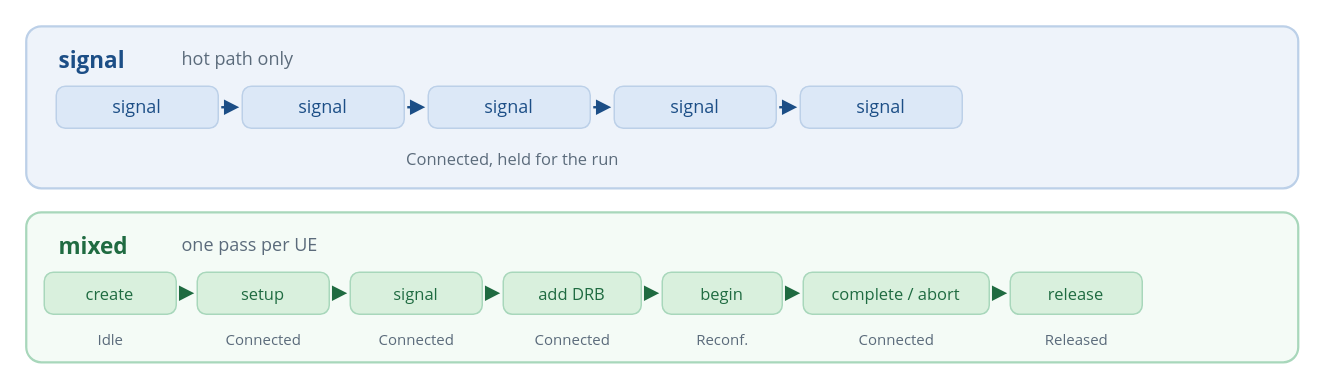
Above: diagrams/27_workload_timeline.drawio in VienThanh12/Master-Thesis (draw.io), before the change. Source tidied: cells renumbered, new cells numbered last; positions are measured from the earlier drawing's top-left corner, leaving out a move shared by most shapes. Both pictures are drawn from the tidied source at 150%, with x=0, y=0 at pixel (26, 26).
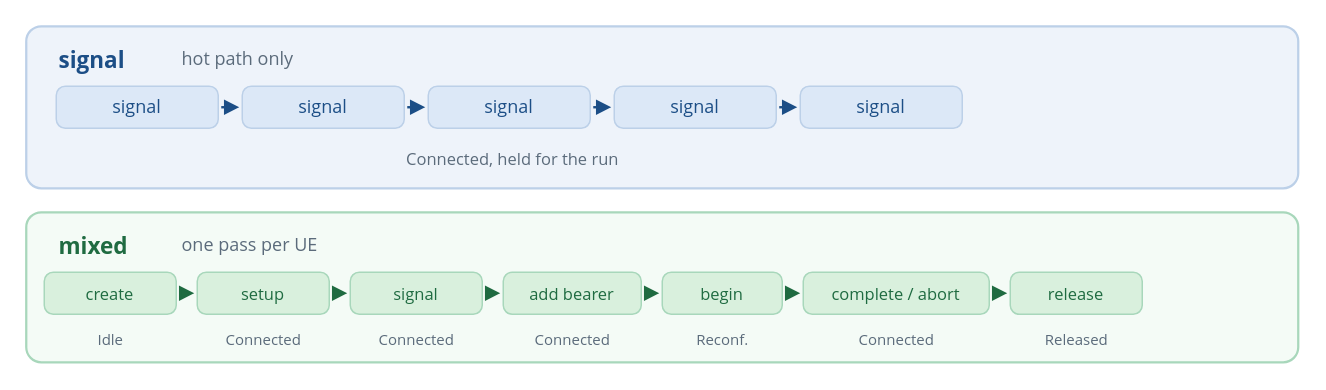
The same diagram, later.

Commit message (it also covers changes not shown here):
Update workload timeline diagram label from "add DRB" to "add bearer"

The edit, as a diff of the source:
```diff
@@
-    <mxCell id="24" value="add DRB" style="rounded=1;absoluteArcSize=1;arcSize=12;whiteSpace=wrap;html=1;fillColor=#d9f0dd;strokeColor=#a8d7bb;align=center;verticalAlign=middle;fontSize=11;fontColor=#1f6b41;fontFamily=Segoe UI;" parent="1" vertex="1">
+    <mxCell id="24" value="add bearer" style="rounded=1;absoluteArcSize=1;arcSize=12;whiteSpace=wrap;html=1;fillColor=#d9f0dd;strokeColor=#a8d7bb;align=center;verticalAlign=middle;fontSize=11;fontColor=#1f6b41;fontFamily=Segoe UI;" parent="1" vertex="1">
       <mxGeometry x="318" y="164" width="92" height="28" as="geometry" />
     </mxCell>
```
